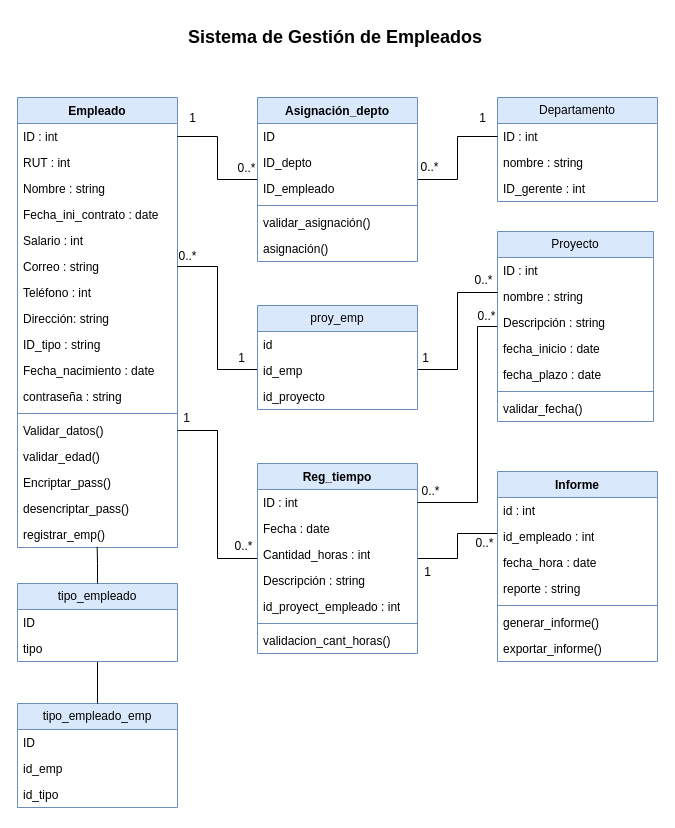
Earlier version of the draw.io diagram Empresa/UML_GestionEmpresa.drawio (Wiccaos/Ev2). Source tidied: cells renumbered, new cells numbered last; positions are measured from the earlier drawing's top-left corner, leaving out a move shared by most shapes. Both pictures are drawn from the tidied source at 100%, with x=0, y=0 at pixel (17, 17).
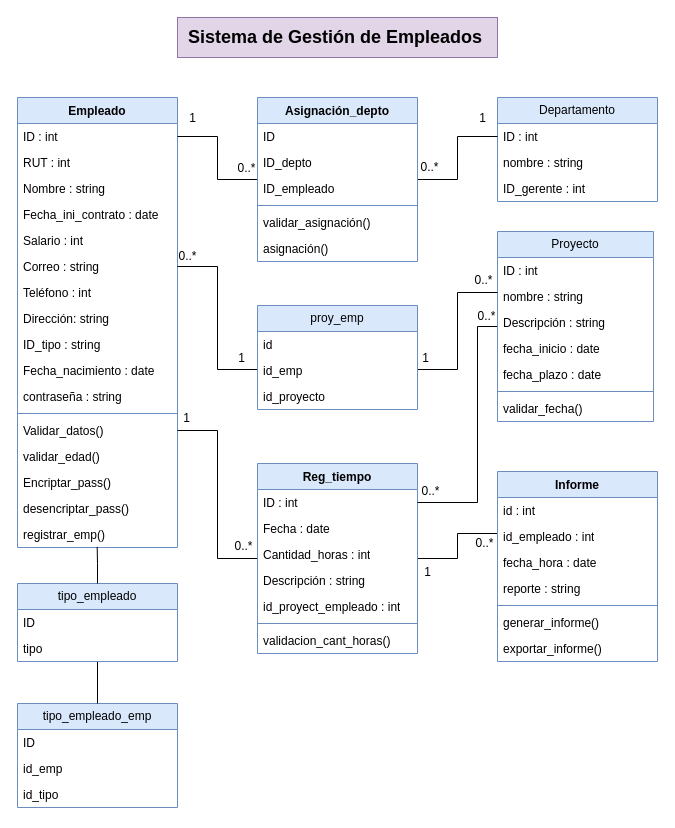
After the change.

What changed in the source:
```diff
@@
-    <mxCell id="74" value="&lt;font style=&quot;font-size: 18px;&quot;&gt;&lt;b&gt;Sistema de Gestión de Empleados&amp;nbsp;&lt;/b&gt;&lt;/font&gt;" style="text;html=1;align=center;verticalAlign=middle;strokeColor=none;fillColor=none;" parent="1" vertex="1">
+    <mxCell id="74" value="&lt;font style=&quot;font-size: 18px;&quot;&gt;&lt;b&gt;Sistema de Gestión de Empleados&amp;nbsp;&lt;/b&gt;&lt;/font&gt;" style="text;html=1;align=center;verticalAlign=middle;strokeColor=#9673a6;fillColor=#e1d5e7;" parent="1" vertex="1">
       <mxGeometry x="160" width="320" height="40" as="geometry" />
     </mxCell>
```
